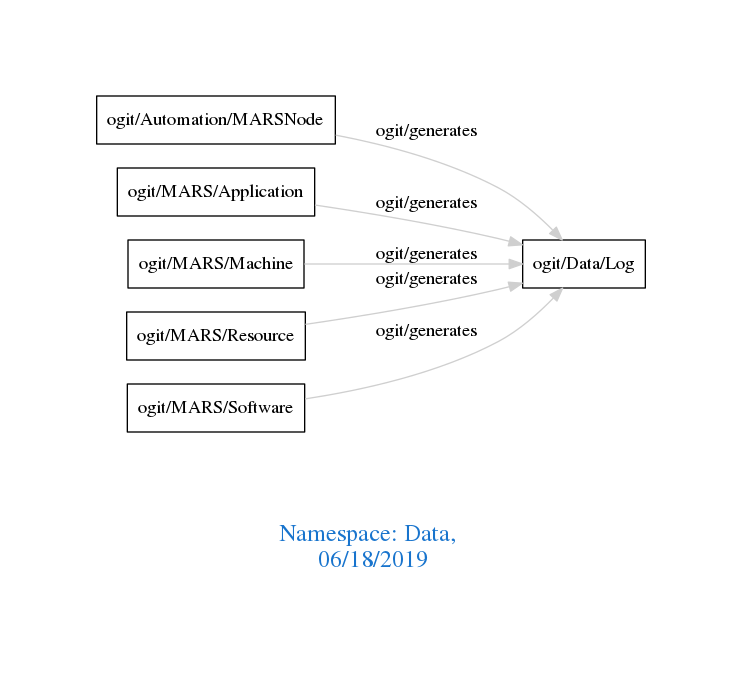
Above: downloads/Data.png in arago/OGIT (Graphviz), before the change. Its source is kept beside it as downloads/Data.dot.
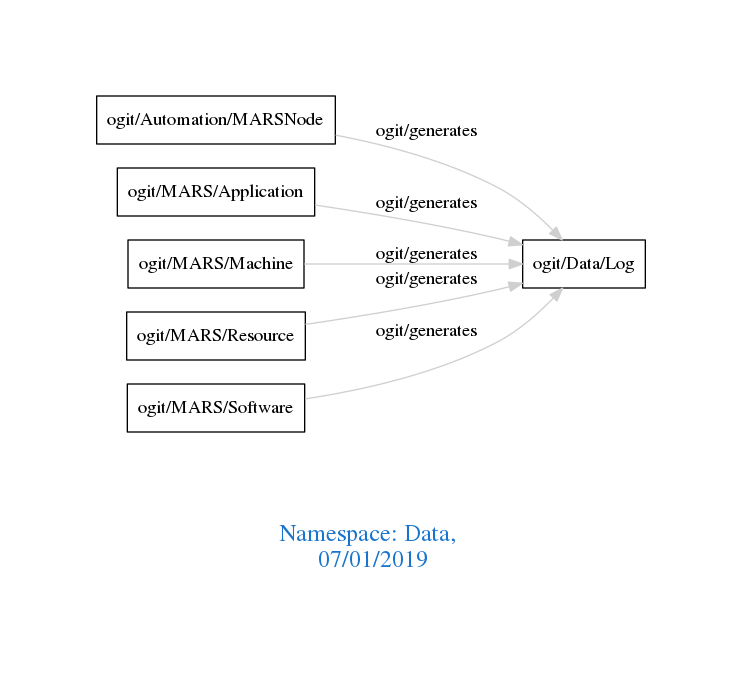
The same diagram one commit later.

Diff of the diagram source:
```diff
@@ -1,7 +1,7 @@
 digraph OGIT_ontology {
  graph [ rankdir= LR,pad=1
 fontsize = 18,
-fontcolor= dodgerblue3,label = "\n\n\nNamespace: Data, \n 06/18/2019"];
+fontcolor= dodgerblue3,label = "\n\n\nNamespace: Data, \n 07/01/2019"];
 node[shape=polygon];
 edge [  color="gray81"];
 
```
